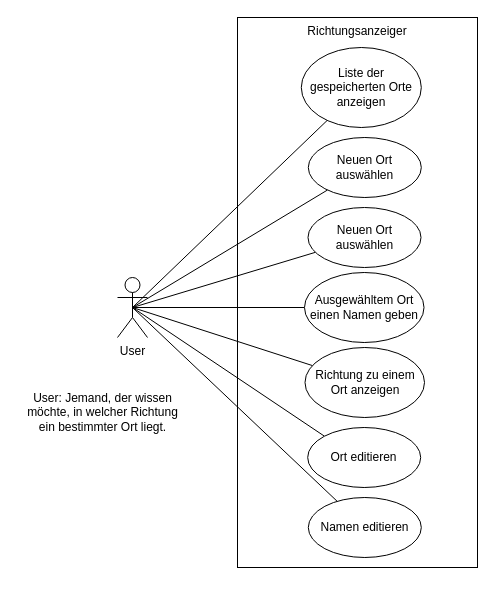
The draw.io diagram Planung/UseCase.drawio in thysia-zosa/modul335, before the edit. Source tidied: cells renumbered, new cells numbered last; positions are measured from the earlier drawing's top-left corner, leaving out a move shared by most shapes. Both pictures are drawn from the tidied source at 100%, with x=0, y=0 at pixel (17, 17).
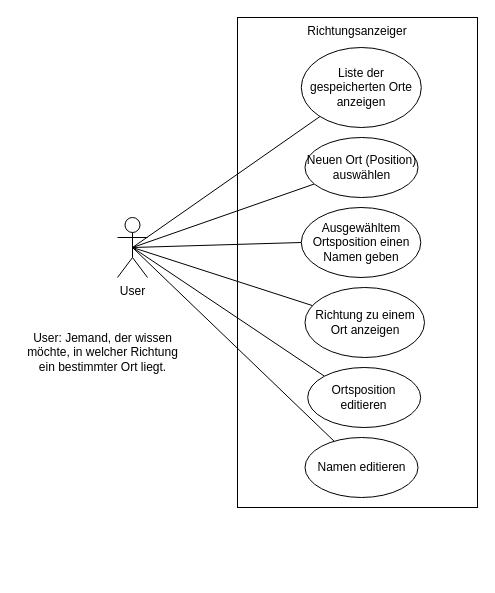
After the change.

Commit message (it also covers changes not shown here):
Korrektur UseCases

"Neuen Ort auswählen" kam zweimal vor

The edit, as a diff of the source:
```diff
@@
 <mxGraphModel>
   <root>
     <mxCell id="0" />
     <mxCell id="1" parent="0" />
     <mxCell id="2" value="Richtungsanzeiger" style="rounded=0;whiteSpace=wrap;html=1;verticalAlign=top;" parent="1" vertex="1">
-      <mxGeometry x="220" width="240" height="550" as="geometry" />
+      <mxGeometry x="220" width="240" height="490" as="geometry" />
     </mxCell>
     <mxCell id="3" style="rounded=0;jettySize=auto;html=1;exitX=0.5;exitY=0.5;exitDx=0;exitDy=0;exitPerimeter=0;endArrow=none;endFill=0;" parent="1" edge="1" source="10" target="12">
       <mxGeometry relative="1" as="geometry" />
     </mxCell>
-    <mxCell id="4" style="edgeStyle=none;rounded=0;jettySize=auto;html=1;exitX=0.5;exitY=0.5;exitDx=0;exitDy=0;exitPerimeter=0;endArrow=none;endFill=0;" parent="1" edge="1" source="10" target="15">
-      <mxGeometry relative="1" as="geometry" />
-    </mxCell>
     <mxCell id="5" style="edgeStyle=none;rounded=0;jettySize=auto;html=1;exitX=0.5;exitY=0.5;exitDx=0;exitDy=0;exitPerimeter=0;entryX=0;entryY=0.5;entryDx=0;entryDy=0;endArrow=none;endFill=0;" parent="1" edge="1" source="10" target="14">
       <mxGeometry relative="1" as="geometry" />
     </mxCell>
     <mxCell id="6" style="edgeStyle=none;rounded=0;jettySize=auto;html=1;exitX=0.5;exitY=0.5;exitDx=0;exitDy=0;exitPerimeter=0;endArrow=none;endFill=0;" parent="1" edge="1" source="10" target="16">
       <mxGeometry relative="1" as="geometry" />
     </mxCell>
     <mxCell id="7" style="edgeStyle=none;rounded=0;jettySize=auto;html=1;exitX=0.5;exitY=0.5;exitDx=0;exitDy=0;exitPerimeter=0;entryX=0;entryY=0;entryDx=0;entryDy=0;endArrow=none;endFill=0;" parent="1" edge="1" source="10" target="17">
       <mxGeometry relative="1" as="geometry" />
     </mxCell>
     <mxCell id="8" style="edgeStyle=none;rounded=0;jettySize=auto;html=1;exitX=0.5;exitY=0.5;exitDx=0;exitDy=0;exitPerimeter=0;endArrow=none;endFill=0;" parent="1" edge="1" source="10" target="18">
       <mxGeometry relative="1" as="geometry" />
     </mxCell>
     <mxCell id="9" style="edgeStyle=none;rounded=0;jettySize=auto;html=1;exitX=0.5;exitY=0.5;exitDx=0;exitDy=0;exitPerimeter=0;endArrow=none;endFill=0;" parent="1" edge="1" source="10" target="13">
       <mxGeometry relative="1" as="geometry" />
     </mxCell>
     <mxCell id="10" value="User" style="shape=umlActor;verticalLabelPosition=bottom;verticalAlign=top;html=1;outlineConnect=0;" parent="1" vertex="1">
-      <mxGeometry x="100" y="260" width="30" height="60" as="geometry" />
+      <mxGeometry x="100" y="200" width="30" height="60" as="geometry" />
     </mxCell>
     <mxCell id="11" value="User: Jemand, der wissen &lt;br&gt;möchte, in welcher Richtung &lt;br&gt;ein bestimmter Ort liegt." style="text;html=1;align=center;verticalAlign=middle;" parent="1" vertex="1">
-      <mxGeometry y="370" width="170" height="50" as="geometry" />
+      <mxGeometry y="310" width="170" height="50" as="geometry" />
     </mxCell>
     <mxCell id="12" value="Liste der gespeicherten Orte anzeigen" style="ellipse;whiteSpace=wrap;html=1;" parent="1" vertex="1">
       <mxGeometry x="283.8" y="30" width="120" height="80" as="geometry" />
     </mxCell>
-    <mxCell id="13" value="Neuen Ort auswählen" style="ellipse;whiteSpace=wrap;html=1;" parent="1" vertex="1">
-      <mxGeometry x="290.8" y="120" width="113" height="60" as="geometry" />
+    <mxCell id="13" value="Neuen Ort (Position) auswählen" style="ellipse;whiteSpace=wrap;html=1;" parent="1" vertex="1">
+      <mxGeometry x="287.5" y="120" width="113" height="60" as="geometry" />
     </mxCell>
-    <mxCell id="14" value="&lt;div&gt;Ausgewähltem Ort einen Namen geben&lt;/div&gt;" style="ellipse;whiteSpace=wrap;html=1;" parent="1" vertex="1">
-      <mxGeometry x="287" y="255" width="119.5" height="70" as="geometry" />
+    <mxCell id="14" value="&lt;div&gt;Ausgewähltem Ortsposition einen Namen geben&lt;/div&gt;" style="ellipse;whiteSpace=wrap;html=1;" parent="1" vertex="1">
+      <mxGeometry x="283.8" y="190" width="119.5" height="70" as="geometry" />
     </mxCell>
-    <mxCell id="15" value="Neuen Ort auswählen" style="ellipse;whiteSpace=wrap;html=1;" parent="1" vertex="1">
-      <mxGeometry x="290.5" y="190" width="113" height="60" as="geometry" />
-    </mxCell>
     <mxCell id="16" value="Richtung zu einem Ort anzeigen" style="ellipse;whiteSpace=wrap;html=1;" parent="1" vertex="1">
-      <mxGeometry x="287.5" y="330" width="119.5" height="70" as="geometry" />
+      <mxGeometry x="287.5" y="270" width="119.5" height="70" as="geometry" />
     </mxCell>
-    <mxCell id="17" value="Ort editieren" style="ellipse;whiteSpace=wrap;html=1;" parent="1" vertex="1">
-      <mxGeometry x="290.2" y="410" width="113" height="60" as="geometry" />
+    <mxCell id="17" value="Ortsposition editieren" style="ellipse;whiteSpace=wrap;html=1;" parent="1" vertex="1">
+      <mxGeometry x="290.2" y="350" width="113" height="60" as="geometry" />
     </mxCell>
     <mxCell id="18" value="Namen editieren" style="ellipse;whiteSpace=wrap;html=1;" parent="1" vertex="1">
-      <mxGeometry x="290.8" y="480" width="113" height="60" as="geometry" />
+      <mxGeometry x="287.5" y="420" width="113" height="60" as="geometry" />
     </mxCell>
     <mxCell id="19" style="edgeStyle=orthogonalEdgeStyle;rounded=0;orthogonalLoop=1;jettySize=auto;html=1;exitX=0.5;exitY=1;exitDx=0;exitDy=0;" parent="1" edge="1" source="2" target="2">
       <mxGeometry relative="1" as="geometry" />
     </mxCell>
   </root>
 </mxGraphModel>
```
